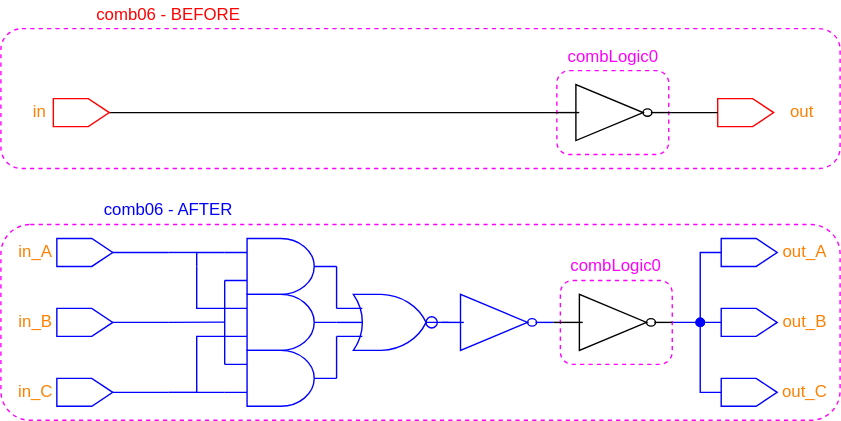
The draw.io diagram figures/light-mode/user_guide_examples/comb_logic/comb06_input_and_output_triplication.drawio.svg in AlbertHansen/TripleModularRedundancyTool_developer_guide, before a commit. Source tidied: cells renumbered, new cells last; positions are measured from the earlier drawing's top-left corner, leaving out a move shared by most shapes. The source it was exported from:
```xml
<mxGraphModel>
  <root>
    <mxCell id="0" />
    <mxCell id="1" parent="0" />
    <mxCell id="2" style="rounded=1;whiteSpace=wrap;html=1;fillColor=none;dashed=1;strokeColor=#FF00FF;fontColor=#FF00FF;" parent="1" vertex="1">
      <mxGeometry x="397.5" y="50" width="80" height="60" as="geometry" />
    </mxCell>
    <mxCell id="3" style="rounded=1;whiteSpace=wrap;html=1;fillColor=none;dashed=1;strokeColor=#FF00FF;" parent="1" vertex="1">
      <mxGeometry y="20" width="600" height="100" as="geometry" />
    </mxCell>
    <mxCell id="4" style="edgeStyle=none;html=1;exitX=0.5;exitY=1;exitDx=0;exitDy=0;entryX=0;entryY=0.5;entryDx=0;entryDy=0;entryPerimeter=0;endArrow=none;endFill=0;" parent="1" edge="1" source="5" target="8">
      <mxGeometry relative="1" as="geometry" />
    </mxCell>
    <mxCell id="5" style="shape=offPageConnector;whiteSpace=wrap;rotation=-90;fontFamily=Helvetica;fillColor=none;strokeColor=#FF0000;" parent="1" vertex="1">
      <mxGeometry x="47.5" y="60" width="20" height="40" as="geometry" />
    </mxCell>
    <mxCell id="6" style="shape=offPageConnector;whiteSpace=wrap;rotation=-90;fontFamily=Helvetica;fillColor=none;strokeColor=#FF0000;" parent="1" vertex="1">
      <mxGeometry x="522.5" y="60" width="20" height="40" as="geometry" />
    </mxCell>
    <mxCell id="7" style="edgeStyle=none;html=1;exitX=1;exitY=0.5;exitDx=0;exitDy=0;exitPerimeter=0;entryX=0.5;entryY=0;entryDx=0;entryDy=0;endArrow=none;endFill=0;" parent="1" edge="1" source="8" target="6">
      <mxGeometry relative="1" as="geometry" />
    </mxCell>
    <mxCell id="8" style="verticalLabelPosition=bottom;shadow=0;dashed=0;align=center;html=1;verticalAlign=top;shape=mxgraph.electrical.logic_gates.inverter_2;fillColor=none;strokeColor=#000000;" parent="1" vertex="1">
      <mxGeometry x="397.5" y="60" width="80" height="40" as="geometry" />
    </mxCell>
    <mxCell id="9" style="edgeStyle=orthogonalEdgeStyle;rounded=0;html=1;exitX=0.5;exitY=1;exitDx=0;exitDy=0;strokeColor=#0000FF;fontColor=#000000;endArrow=none;endFill=0;" parent="1" edge="1" source="10">
      <mxGeometry relative="1" as="geometry">
        <mxPoint x="120" y="230" as="targetPoint" />
      </mxGeometry>
    </mxCell>
    <mxCell id="10" style="shape=offPageConnector;whiteSpace=wrap;rotation=-90;fontFamily=Helvetica;fillColor=none;strokeColor=#0000FF;" parent="1" vertex="1">
      <mxGeometry x="50" y="210" width="20" height="40" as="geometry" />
    </mxCell>
    <mxCell id="11" style="shape=offPageConnector;whiteSpace=wrap;rotation=-90;fontFamily=Helvetica;fillColor=none;strokeColor=#0000FF;" parent="1" vertex="1">
      <mxGeometry x="525" y="210" width="20" height="40" as="geometry" />
    </mxCell>
    <mxCell id="12" value="out" style="text;html=1;strokeColor=none;fillColor=none;align=center;verticalAlign=middle;whiteSpace=wrap;rounded=0;fontColor=#FF8000;" parent="1" vertex="1">
      <mxGeometry x="562.5" y="70" width="20" height="20" as="geometry" />
    </mxCell>
    <mxCell id="13" value="in" style="text;html=1;strokeColor=none;fillColor=none;align=center;verticalAlign=middle;whiteSpace=wrap;rounded=0;fontColor=#FF8000;" parent="1" vertex="1">
      <mxGeometry x="17.5" y="70" width="20" height="20" as="geometry" />
    </mxCell>
    <mxCell id="14" value="in_B" style="text;html=1;strokeColor=none;fillColor=none;align=center;verticalAlign=middle;whiteSpace=wrap;rounded=0;fontColor=#FF8000;" parent="1" vertex="1">
      <mxGeometry x="10" y="220" width="30" height="20" as="geometry" />
    </mxCell>
    <mxCell id="15" value="&lt;font&gt;out_B&lt;/font&gt;" style="text;html=1;strokeColor=none;fillColor=none;align=center;verticalAlign=middle;whiteSpace=wrap;rounded=0;fontColor=#FF8000;" parent="1" vertex="1">
      <mxGeometry x="555" y="220" width="40" height="20" as="geometry" />
    </mxCell>
    <mxCell id="16" value="comb06 - BEFORE" style="text;html=1;strokeColor=none;fillColor=none;align=center;verticalAlign=middle;whiteSpace=wrap;rounded=0;dashed=1;fontColor=#FF0000;" parent="1" vertex="1">
      <mxGeometry x="40" width="160" height="20" as="geometry" />
    </mxCell>
    <mxCell id="17" value="comb06 - AFTER" style="text;html=1;strokeColor=none;fillColor=none;align=center;verticalAlign=middle;whiteSpace=wrap;rounded=0;dashed=1;fontColor=#0000FF;" parent="1" vertex="1">
      <mxGeometry x="40" y="140" width="160" height="20" as="geometry" />
    </mxCell>
    <mxCell id="18" style="edgeStyle=orthogonalEdgeStyle;html=1;exitX=0;exitY=0.25;exitDx=0;exitDy=0;exitPerimeter=0;entryX=0;entryY=0.75;entryDx=0;entryDy=0;entryPerimeter=0;endArrow=none;endFill=0;rounded=0;fontColor=#FF00FF;strokeColor=#0000FF;" parent="1" edge="1" source="19" target="25">
      <mxGeometry relative="1" as="geometry">
        <Array as="points">
          <mxPoint x="160" y="230" />
          <mxPoint x="160" y="230" />
        </Array>
      </mxGeometry>
    </mxCell>
    <mxCell id="19" style="verticalLabelPosition=bottom;shadow=0;dashed=0;align=center;html=1;verticalAlign=top;shape=mxgraph.electrical.logic_gates.logic_gate;operation=and;fillColor=none;fontColor=#FF00FF;strokeColor=#0000FF;" parent="1" vertex="1">
      <mxGeometry x="160" y="250" width="80" height="40" as="geometry" />
    </mxCell>
    <mxCell id="20" style="edgeStyle=orthogonalEdgeStyle;rounded=0;html=1;exitX=0;exitY=0.75;exitDx=0;exitDy=0;exitPerimeter=0;entryX=0;entryY=0.75;entryDx=0;entryDy=0;entryPerimeter=0;endArrow=none;endFill=0;fontColor=#FF00FF;strokeColor=#0000FF;" parent="1" edge="1" source="23" target="19">
      <mxGeometry relative="1" as="geometry">
        <Array as="points">
          <mxPoint x="140" y="240" />
          <mxPoint x="140" y="280" />
        </Array>
      </mxGeometry>
    </mxCell>
    <mxCell id="21" style="edgeStyle=orthogonalEdgeStyle;rounded=0;html=1;entryX=0;entryY=0.25;entryDx=0;entryDy=0;entryPerimeter=0;endArrow=none;endFill=0;fontColor=#FF00FF;strokeColor=#0000FF;startArrow=none;" parent="1" edge="1" target="25">
      <mxGeometry relative="1" as="geometry">
        <mxPoint x="140" y="190" as="sourcePoint" />
        <Array as="points">
          <mxPoint x="140" y="180" />
        </Array>
      </mxGeometry>
    </mxCell>
    <mxCell id="22" style="edgeStyle=orthogonalEdgeStyle;rounded=0;html=1;exitX=1;exitY=0.5;exitDx=0;exitDy=0;exitPerimeter=0;entryX=0.235;entryY=0.478;entryDx=0;entryDy=0;entryPerimeter=0;endArrow=none;endFill=0;fontColor=#FF00FF;strokeColor=#0000FF;" parent="1" edge="1" source="23" target="27">
      <mxGeometry relative="1" as="geometry" />
    </mxCell>
    <mxCell id="23" style="verticalLabelPosition=bottom;shadow=0;dashed=0;align=center;html=1;verticalAlign=top;shape=mxgraph.electrical.logic_gates.logic_gate;operation=and;fillColor=none;fontColor=#FF00FF;strokeColor=#0000FF;" parent="1" vertex="1">
      <mxGeometry x="160" y="210" width="80" height="40" as="geometry" />
    </mxCell>
    <mxCell id="24" style="edgeStyle=orthogonalEdgeStyle;rounded=0;html=1;exitX=1;exitY=0.5;exitDx=0;exitDy=0;exitPerimeter=0;entryX=0;entryY=0.25;entryDx=0;entryDy=0;entryPerimeter=0;endArrow=none;endFill=0;fontColor=#FF00FF;strokeColor=#0000FF;" parent="1" edge="1" source="25" target="27">
      <mxGeometry relative="1" as="geometry">
        <Array as="points">
          <mxPoint x="240" y="220" />
        </Array>
      </mxGeometry>
    </mxCell>
    <mxCell id="25" style="verticalLabelPosition=bottom;shadow=0;dashed=0;align=center;html=1;verticalAlign=top;shape=mxgraph.electrical.logic_gates.logic_gate;operation=and;fillColor=none;fontColor=#FF00FF;strokeColor=#0000FF;" parent="1" vertex="1">
      <mxGeometry x="160" y="170" width="80" height="40" as="geometry" />
    </mxCell>
    <mxCell id="26" style="edgeStyle=orthogonalEdgeStyle;rounded=0;html=1;exitX=0;exitY=0.75;exitDx=0;exitDy=0;exitPerimeter=0;entryX=1;entryY=0.5;entryDx=0;entryDy=0;entryPerimeter=0;endArrow=none;endFill=0;fontColor=#FF00FF;strokeColor=#0000FF;" parent="1" edge="1" source="27" target="19">
      <mxGeometry relative="1" as="geometry">
        <Array as="points">
          <mxPoint x="240" y="260" />
          <mxPoint x="240" y="260" />
        </Array>
      </mxGeometry>
    </mxCell>
    <mxCell id="27" style="verticalLabelPosition=bottom;shadow=0;dashed=0;align=center;html=1;verticalAlign=top;shape=mxgraph.electrical.logic_gates.logic_gate;operation=or;fillColor=none;fontColor=#FF00FF;strokeColor=#0000FF;" parent="1" vertex="1">
      <mxGeometry x="240" y="210" width="80" height="40" as="geometry" />
    </mxCell>
    <mxCell id="28" style="verticalLabelPosition=bottom;shadow=0;dashed=0;align=center;html=1;verticalAlign=top;shape=mxgraph.electrical.logic_gates.inverting_contact;fillColor=none;fontColor=#FF00FF;strokeColor=#0000FF;" parent="1" vertex="1">
      <mxGeometry x="303" y="225" width="10" height="10" as="geometry" />
    </mxCell>
    <mxCell id="29" style="verticalLabelPosition=bottom;shadow=0;dashed=0;align=center;html=1;verticalAlign=top;shape=mxgraph.electrical.logic_gates.inverter_2;fillColor=none;fontColor=#FF00FF;strokeColor=#0000FF;" parent="1" vertex="1">
      <mxGeometry x="315" y="210" width="80" height="40" as="geometry" />
    </mxCell>
    <mxCell id="30" style="endArrow=none;html=1;rounded=0;fontColor=#FF00FF;strokeColor=#0000FF;" parent="1" edge="1">
      <mxGeometry relative="1" as="geometry">
        <mxPoint x="120" y="180" as="sourcePoint" />
        <mxPoint x="140" y="180" as="targetPoint" />
      </mxGeometry>
    </mxCell>
    <mxCell id="31" style="endArrow=none;html=1;rounded=0;fontColor=#FF00FF;strokeColor=#0000FF;" parent="1" edge="1">
      <mxGeometry relative="1" as="geometry">
        <mxPoint x="120" y="280" as="sourcePoint" />
        <mxPoint x="140" y="280" as="targetPoint" />
      </mxGeometry>
    </mxCell>
    <mxCell id="32" style="endArrow=none;html=1;rounded=0;fontColor=#FF00FF;strokeColor=#0000FF;" parent="1" edge="1">
      <mxGeometry relative="1" as="geometry">
        <mxPoint x="120" y="230" as="sourcePoint" />
        <mxPoint x="160" y="229.8" as="targetPoint" />
      </mxGeometry>
    </mxCell>
    <mxCell id="33" style="edgeStyle=orthogonalEdgeStyle;rounded=0;html=1;exitX=0;exitY=0.25;exitDx=0;exitDy=0;exitPerimeter=0;endArrow=none;endFill=0;fontColor=#FF00FF;strokeColor=#0000FF;" parent="1" edge="1" source="23">
      <mxGeometry relative="1" as="geometry">
        <mxPoint x="140" y="190" as="targetPoint" />
        <Array as="points">
          <mxPoint x="140" y="220" />
        </Array>
      </mxGeometry>
    </mxCell>
    <mxCell id="34" style="edgeStyle=none;html=1;exitX=1;exitY=0.5;exitDx=0;exitDy=0;entryX=0.5;entryY=0;entryDx=0;entryDy=0;fontColor=#000000;endArrow=none;endFill=0;strokeColor=#0000FF;" parent="1" edge="1" source="35" target="11">
      <mxGeometry relative="1" as="geometry" />
    </mxCell>
    <mxCell id="35" style="rounded=1;whiteSpace=wrap;html=1;fillColor=none;dashed=1;strokeColor=#FF00FF;fontColor=#FF00FF;" parent="1" vertex="1">
      <mxGeometry x="400" y="200" width="80" height="60" as="geometry" />
    </mxCell>
    <mxCell id="36" value="combLogic0" style="text;html=1;strokeColor=none;fillColor=none;align=center;verticalAlign=middle;whiteSpace=wrap;rounded=0;fontColor=#FF00FF;" parent="1" vertex="1">
      <mxGeometry x="412.5" y="30" width="50" height="20" as="geometry" />
    </mxCell>
    <mxCell id="37" style="edgeStyle=orthogonalEdgeStyle;rounded=0;html=1;exitX=0.5;exitY=1;exitDx=0;exitDy=0;strokeColor=#0000FF;fontColor=#000000;endArrow=none;endFill=0;" parent="1" edge="1" source="38">
      <mxGeometry relative="1" as="geometry">
        <mxPoint x="120" y="280" as="targetPoint" />
      </mxGeometry>
    </mxCell>
    <mxCell id="38" style="shape=offPageConnector;whiteSpace=wrap;rotation=-90;fontFamily=Helvetica;fillColor=none;strokeColor=#0000FF;" parent="1" vertex="1">
      <mxGeometry x="50" y="260" width="20" height="40" as="geometry" />
    </mxCell>
    <mxCell id="39" style="edgeStyle=orthogonalEdgeStyle;rounded=0;html=1;exitX=0.5;exitY=1;exitDx=0;exitDy=0;strokeColor=#0000FF;fontColor=#000000;endArrow=none;endFill=0;" parent="1" edge="1" source="40">
      <mxGeometry relative="1" as="geometry">
        <mxPoint x="120" y="180" as="targetPoint" />
      </mxGeometry>
    </mxCell>
    <mxCell id="40" style="shape=offPageConnector;whiteSpace=wrap;rotation=-90;fontFamily=Helvetica;fillColor=none;strokeColor=#0000FF;" parent="1" vertex="1">
      <mxGeometry x="50" y="160" width="20" height="40" as="geometry" />
    </mxCell>
    <mxCell id="41" value="in_C" style="text;html=1;strokeColor=none;fillColor=none;align=center;verticalAlign=middle;whiteSpace=wrap;rounded=0;fontColor=#FF8000;" parent="1" vertex="1">
      <mxGeometry x="10" y="270" width="30" height="20" as="geometry" />
    </mxCell>
    <mxCell id="42" value="in_A" style="text;html=1;strokeColor=none;fillColor=none;align=center;verticalAlign=middle;whiteSpace=wrap;rounded=0;fontColor=#FF8000;" parent="1" vertex="1">
      <mxGeometry x="10" y="170" width="30" height="20" as="geometry" />
    </mxCell>
    <mxCell id="43" style="edgeStyle=orthogonalEdgeStyle;html=1;exitX=0.5;exitY=0;exitDx=0;exitDy=0;fontColor=#000000;endArrow=oval;endFill=1;rounded=0;strokeColor=#0000FF;" parent="1" edge="1" source="44">
      <mxGeometry relative="1" as="geometry">
        <mxPoint x="500" y="230" as="targetPoint" />
      </mxGeometry>
    </mxCell>
    <mxCell id="44" style="shape=offPageConnector;whiteSpace=wrap;rotation=-90;fontFamily=Helvetica;fillColor=none;strokeColor=#0000FF;" parent="1" vertex="1">
      <mxGeometry x="525" y="260" width="20" height="40" as="geometry" />
    </mxCell>
    <mxCell id="45" style="edgeStyle=orthogonalEdgeStyle;html=1;exitX=0.5;exitY=0;exitDx=0;exitDy=0;fontColor=#000000;endArrow=oval;endFill=1;rounded=0;strokeColor=#0000FF;" parent="1" edge="1" source="46">
      <mxGeometry relative="1" as="geometry">
        <mxPoint x="500" y="230" as="targetPoint" />
      </mxGeometry>
    </mxCell>
    <mxCell id="46" style="shape=offPageConnector;whiteSpace=wrap;rotation=-90;fontFamily=Helvetica;fillColor=none;strokeColor=#0000FF;" parent="1" vertex="1">
      <mxGeometry x="525" y="160" width="20" height="40" as="geometry" />
    </mxCell>
    <mxCell id="47" value="&lt;font&gt;out_C&lt;/font&gt;" style="text;html=1;strokeColor=none;fillColor=none;align=center;verticalAlign=middle;whiteSpace=wrap;rounded=0;fontColor=#FF8000;" parent="1" vertex="1">
      <mxGeometry x="555" y="270" width="40" height="20" as="geometry" />
    </mxCell>
    <mxCell id="48" value="&lt;font&gt;out_A&lt;/font&gt;" style="text;html=1;strokeColor=none;fillColor=none;align=center;verticalAlign=middle;whiteSpace=wrap;rounded=0;fontColor=#FF8000;" parent="1" vertex="1">
      <mxGeometry x="555" y="170" width="40" height="20" as="geometry" />
    </mxCell>
    <mxCell id="49" style="edgeStyle=none;html=1;exitX=0;exitY=0.5;exitDx=0;exitDy=0;exitPerimeter=0;entryX=1;entryY=0.5;entryDx=0;entryDy=0;entryPerimeter=0;fontColor=#FF8000;endArrow=none;endFill=0;" parent="1" edge="1" source="50" target="29">
      <mxGeometry relative="1" as="geometry" />
    </mxCell>
    <mxCell id="50" style="verticalLabelPosition=bottom;shadow=0;dashed=0;align=center;html=1;verticalAlign=top;shape=mxgraph.electrical.logic_gates.inverter_2;fillColor=none;strokeColor=#000000;fontColor=#000000;" parent="1" vertex="1">
      <mxGeometry x="400" y="210" width="80" height="40" as="geometry" />
    </mxCell>
    <mxCell id="51" style="rounded=1;whiteSpace=wrap;html=1;fillColor=none;dashed=1;strokeColor=#FF00FF;" parent="1" vertex="1">
      <mxGeometry y="160" width="600" height="140" as="geometry" />
    </mxCell>
    <mxCell id="52" value="combLogic0" style="text;html=1;strokeColor=none;fillColor=none;align=center;verticalAlign=middle;whiteSpace=wrap;rounded=0;fontColor=#FF00FF;" parent="1" vertex="1">
      <mxGeometry x="415" y="180" width="50" height="20" as="geometry" />
    </mxCell>
  </root>
</mxGraphModel>
```
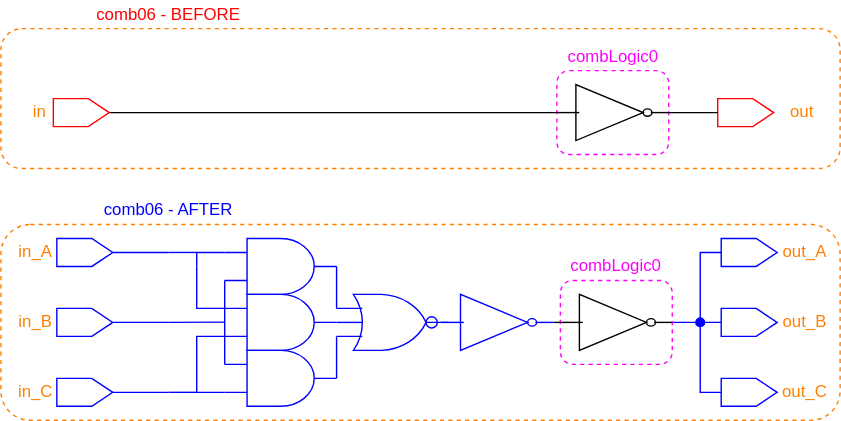
The same file after the commit.

What changed in the source:
```diff
@@ -5,7 +5,7 @@
     <mxCell id="2" style="rounded=1;whiteSpace=wrap;html=1;fillColor=none;dashed=1;strokeColor=#FF00FF;fontColor=#FF00FF;" parent="1" vertex="1">
       <mxGeometry x="397.5" y="50" width="80" height="60" as="geometry" />
     </mxCell>
-    <mxCell id="3" style="rounded=1;whiteSpace=wrap;html=1;fillColor=none;dashed=1;strokeColor=#FF00FF;" parent="1" vertex="1">
+    <mxCell id="3" style="rounded=1;whiteSpace=wrap;html=1;fillColor=none;dashed=1;strokeColor=#FF8000;" parent="1" vertex="1">
       <mxGeometry y="20" width="600" height="100" as="geometry" />
     </mxCell>
     <mxCell id="4" style="edgeStyle=none;html=1;exitX=0.5;exitY=1;exitDx=0;exitDy=0;entryX=0;entryY=0.5;entryDx=0;entryDy=0;entryPerimeter=0;endArrow=none;endFill=0;" parent="1" edge="1" source="5" target="8">
@@ -197,7 +197,7 @@
     <mxCell id="50" style="verticalLabelPosition=bottom;shadow=0;dashed=0;align=center;html=1;verticalAlign=top;shape=mxgraph.electrical.logic_gates.inverter_2;fillColor=none;strokeColor=#000000;fontColor=#000000;" parent="1" vertex="1">
       <mxGeometry x="400" y="210" width="80" height="40" as="geometry" />
     </mxCell>
-    <mxCell id="51" style="rounded=1;whiteSpace=wrap;html=1;fillColor=none;dashed=1;strokeColor=#FF00FF;" parent="1" vertex="1">
+    <mxCell id="51" style="rounded=1;whiteSpace=wrap;html=1;fillColor=none;dashed=1;strokeColor=#FF8000;" parent="1" vertex="1">
       <mxGeometry y="160" width="600" height="140" as="geometry" />
     </mxCell>
     <mxCell id="52" value="combLogic0" style="text;html=1;strokeColor=none;fillColor=none;align=center;verticalAlign=middle;whiteSpace=wrap;rounded=0;fontColor=#FF00FF;" parent="1" vertex="1">
```
